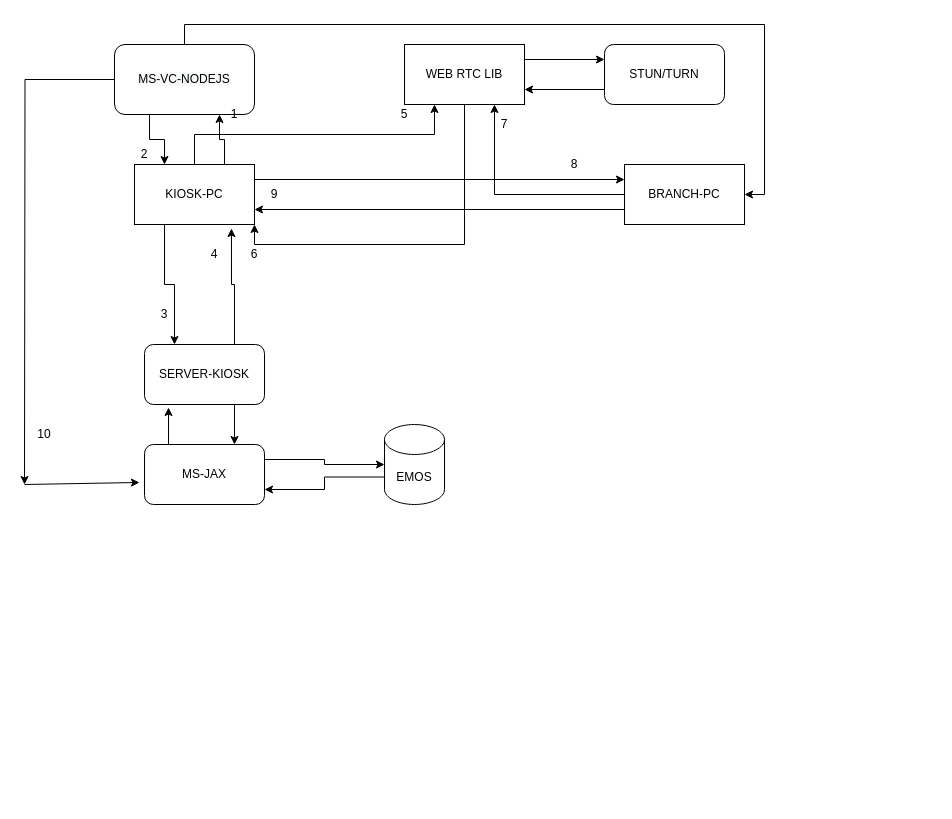
Before: Almulla/Untitled Diagram.drawio in pat246/drawio, a draw.io diagram. Source tidied: cells renumbered, new cells numbered last; positions are measured from the earlier drawing's top-left corner, leaving out a move shared by most shapes. Both pictures are drawn from the tidied source at 100%, with x=0, y=0 at pixel (24, 44).
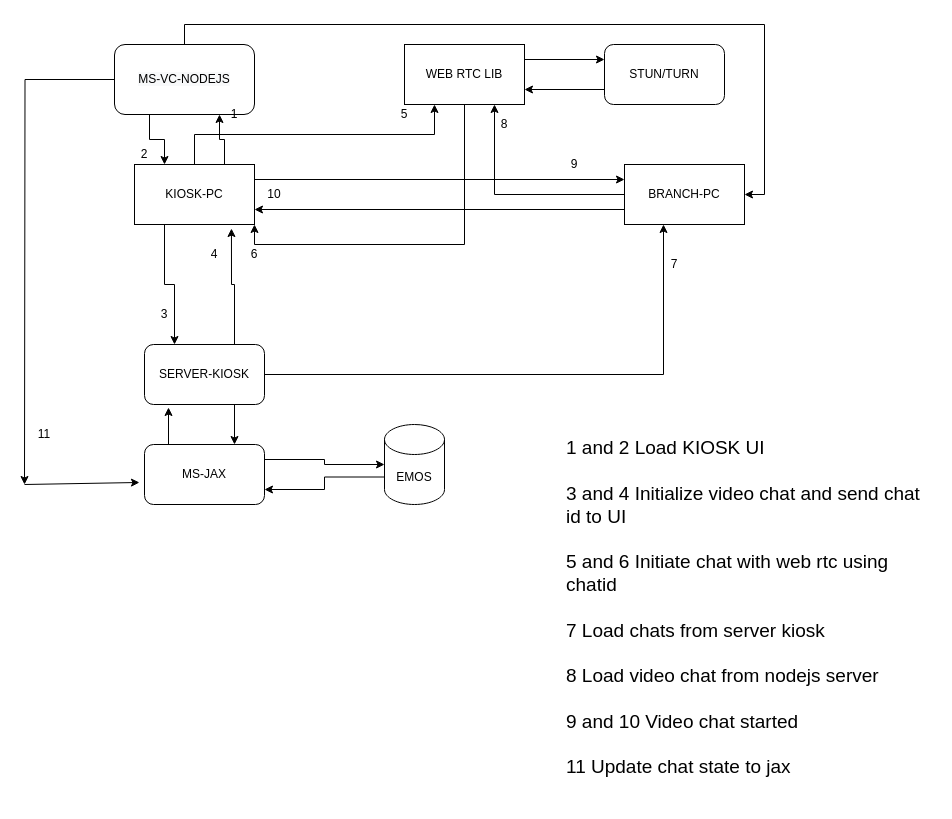
The same page after the edit.

The change refers to these unchanged cells:
```xml
<mxCell id="4" value="BRANCH-PC" style="rounded=0;whiteSpace=wrap;html=1;" parent="1" vertex="1">
  <mxGeometry x="600" y="120" width="120" height="60" as="geometry" />
</mxCell>
<mxCell id="26" value="SERVER-KIOSK" style="rounded=1;whiteSpace=wrap;html=1;" parent="1" vertex="1">
  <mxGeometry x="120" y="300" width="120" height="60" as="geometry" />
</mxCell>
```

Change to the diagram source:
```diff
@@
+    <mxCell id="38" style="edgeStyle=orthogonalEdgeStyle;rounded=0;jettySize=auto;html=1;exitX=1;exitY=0.5;exitDx=0;exitDy=0;entryX=0.325;entryY=1;entryDx=0;entryDy=0;entryPerimeter=0;" parent="1" edge="1" source="26" target="4">
+      <mxGeometry relative="1" as="geometry" />
+    </mxCell>
@@
-    <mxCell id="33" value="8" style="text;html=1;strokeColor=none;fillColor=none;align=center;verticalAlign=middle;whiteSpace=wrap;rounded=0;" parent="1" vertex="1">
+    <mxCell id="33" value="9" style="text;html=1;strokeColor=none;fillColor=none;align=center;verticalAlign=middle;whiteSpace=wrap;rounded=0;" parent="1" vertex="1">
       <mxGeometry x="530" y="110" width="40" height="20" as="geometry" />
     </mxCell>
-    <mxCell id="34" value="9" style="text;html=1;strokeColor=none;fillColor=none;align=center;verticalAlign=middle;whiteSpace=wrap;rounded=0;" parent="1" vertex="1">
+    <mxCell id="34" value="10" style="text;html=1;strokeColor=none;fillColor=none;align=center;verticalAlign=middle;whiteSpace=wrap;rounded=0;" parent="1" vertex="1">
       <mxGeometry x="230" y="140" width="40" height="20" as="geometry" />
     </mxCell>
-    <mxCell id="35" value="7" style="text;html=1;strokeColor=none;fillColor=none;align=center;verticalAlign=middle;whiteSpace=wrap;rounded=0;" parent="1" vertex="1">
+    <mxCell id="35" value="8" style="text;html=1;strokeColor=none;fillColor=none;align=center;verticalAlign=middle;whiteSpace=wrap;rounded=0;" parent="1" vertex="1">
       <mxGeometry x="460" y="70" width="40" height="20" as="geometry" />
     </mxCell>
@@
-    <mxCell id="37" value="10" style="text;html=1;strokeColor=none;fillColor=none;align=center;verticalAlign=middle;whiteSpace=wrap;rounded=0;" parent="1" vertex="1">
+    <mxCell id="37" value="11" style="text;html=1;strokeColor=none;fillColor=none;align=center;verticalAlign=middle;whiteSpace=wrap;rounded=0;" parent="1" vertex="1">
       <mxGeometry y="380" width="40" height="20" as="geometry" />
     </mxCell>
+    <mxCell id="39" value="1 and 2 Load KIOSK UI&amp;nbsp;&lt;br&gt;&lt;br style=&quot;font-size: 19px&quot;&gt;3 and 4 Initialize video chat and send chat id to UI&lt;br&gt;&lt;br style=&quot;font-size: 19px&quot;&gt;5 and 6 Initiate chat with web rtc using chatid&lt;br&gt;&lt;br style=&quot;font-size: 19px&quot;&gt;7 Load chats from server kiosk&lt;br&gt;&lt;br style=&quot;font-size: 19px&quot;&gt;8 Load video chat from nodejs server&lt;br&gt;&lt;br style=&quot;font-size: 19px&quot;&gt;9 and 10 Video chat started&lt;br&gt;&lt;br style=&quot;font-size: 19px&quot;&gt;11 Update chat state to jax&lt;br style=&quot;font-size: 19px&quot;&gt;&amp;nbsp;" style="text;html=1;strokeColor=none;fillColor=none;align=left;verticalAlign=middle;whiteSpace=wrap;rounded=0;fontSize=19;fontFamily=Helvetica;" parent="1" vertex="1">
+      <mxGeometry x="540" y="400" width="370" height="350" as="geometry" />
+    </mxCell>
+    <mxCell id="40" value="7" style="text;html=1;strokeColor=none;fillColor=none;align=center;verticalAlign=middle;whiteSpace=wrap;rounded=0;" parent="1" vertex="1">
+      <mxGeometry x="630" y="210" width="40" height="20" as="geometry" />
+    </mxCell>
```
